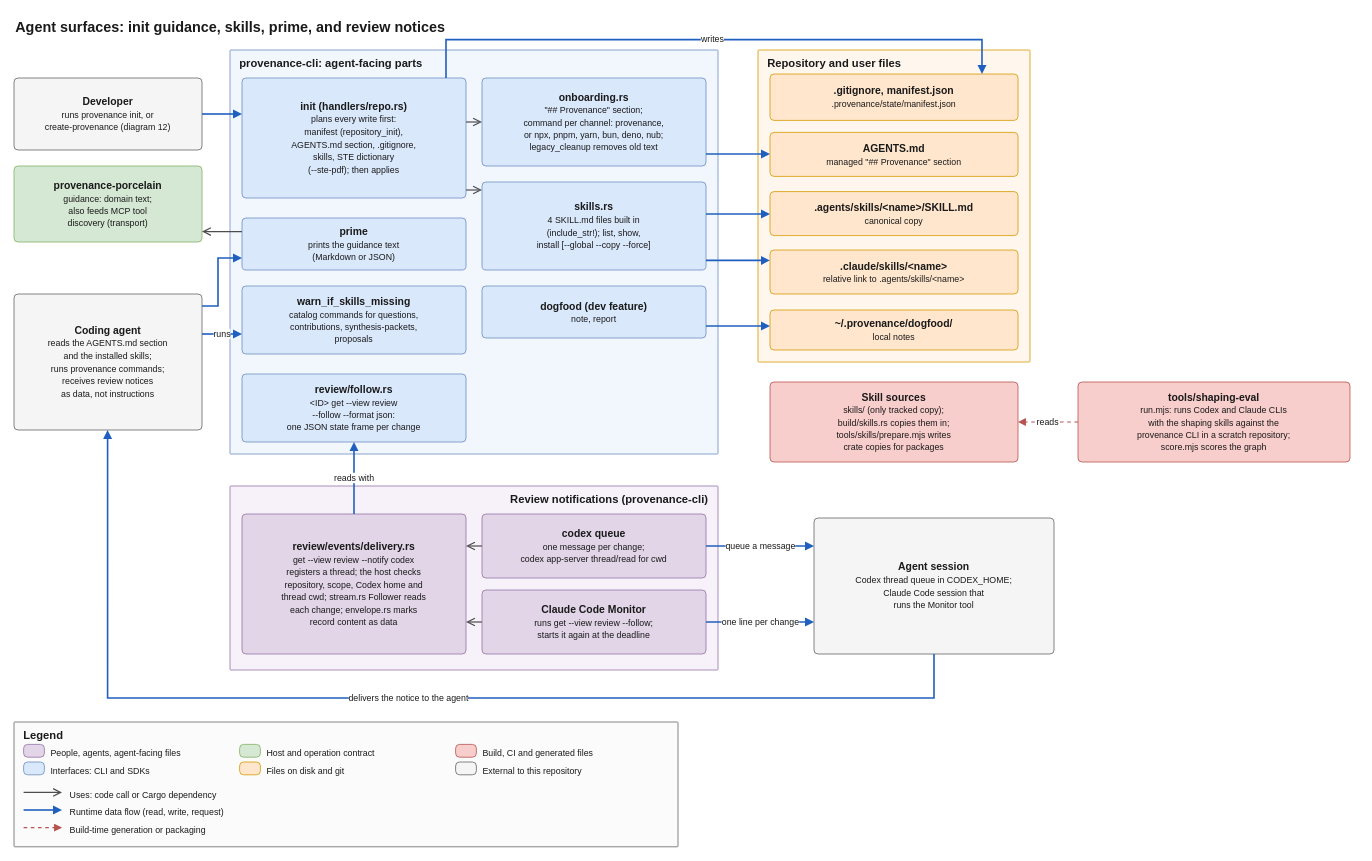
quality-sh/provenance keeps this draw.io diagram as docs/architecture/diagrams/06-agent-surfaces.drawio. Above is the earlier version. Source tidied: cells renumbered, new cells numbered last; positions are measured from the earlier drawing's top-left corner, leaving out a move shared by most shapes. Both pictures are drawn from the tidied source at 80%, with x=0, y=0 at pixel (14, 14).
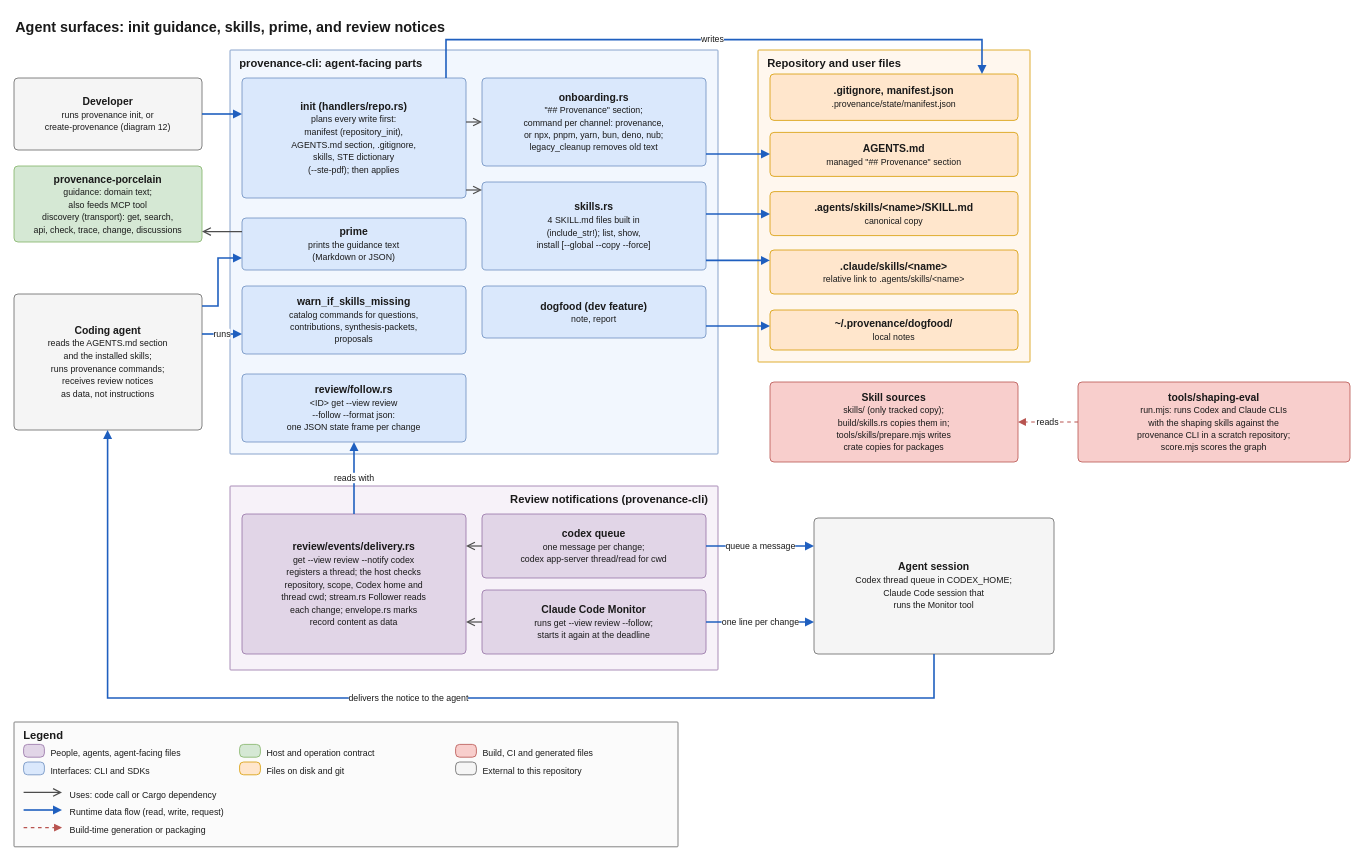
The same diagram, later.

Change to the diagram source:
```diff
@@
-    <mxCell id="4" value="&lt;b&gt;provenance-porcelain&lt;/b&gt;&lt;br&gt;&lt;font style=&quot;font-size:11px&quot;&gt;guidance: domain text;&lt;br&gt;also feeds MCP tool&lt;br&gt;discovery (transport)&lt;/font&gt;" style="rounded=1;arcSize=10;absoluteArcSize=1;whiteSpace=wrap;html=1;fillColor=#d5e8d4;strokeColor=#82b366;fontSize=13;fontColor=#1a1a1a;verticalAlign=middle;align=center;spacing=4;" parent="1" vertex="1">
+    <mxCell id="4" value="&lt;b&gt;provenance-porcelain&lt;/b&gt;&lt;br&gt;&lt;font style=&quot;font-size:11px&quot;&gt;guidance: domain text;&lt;br&gt;also feeds MCP tool&lt;br&gt;discovery (transport): get, search,&lt;br&gt;api, check, trace, change, discussions&lt;/font&gt;" style="rounded=1;arcSize=10;absoluteArcSize=1;whiteSpace=wrap;html=1;fillColor=#d5e8d4;strokeColor=#82b366;fontSize=13;fontColor=#1a1a1a;verticalAlign=middle;align=center;spacing=4;" parent="1" vertex="1">
       <mxGeometry y="190" width="235" height="95" as="geometry" />
     </mxCell>
```
